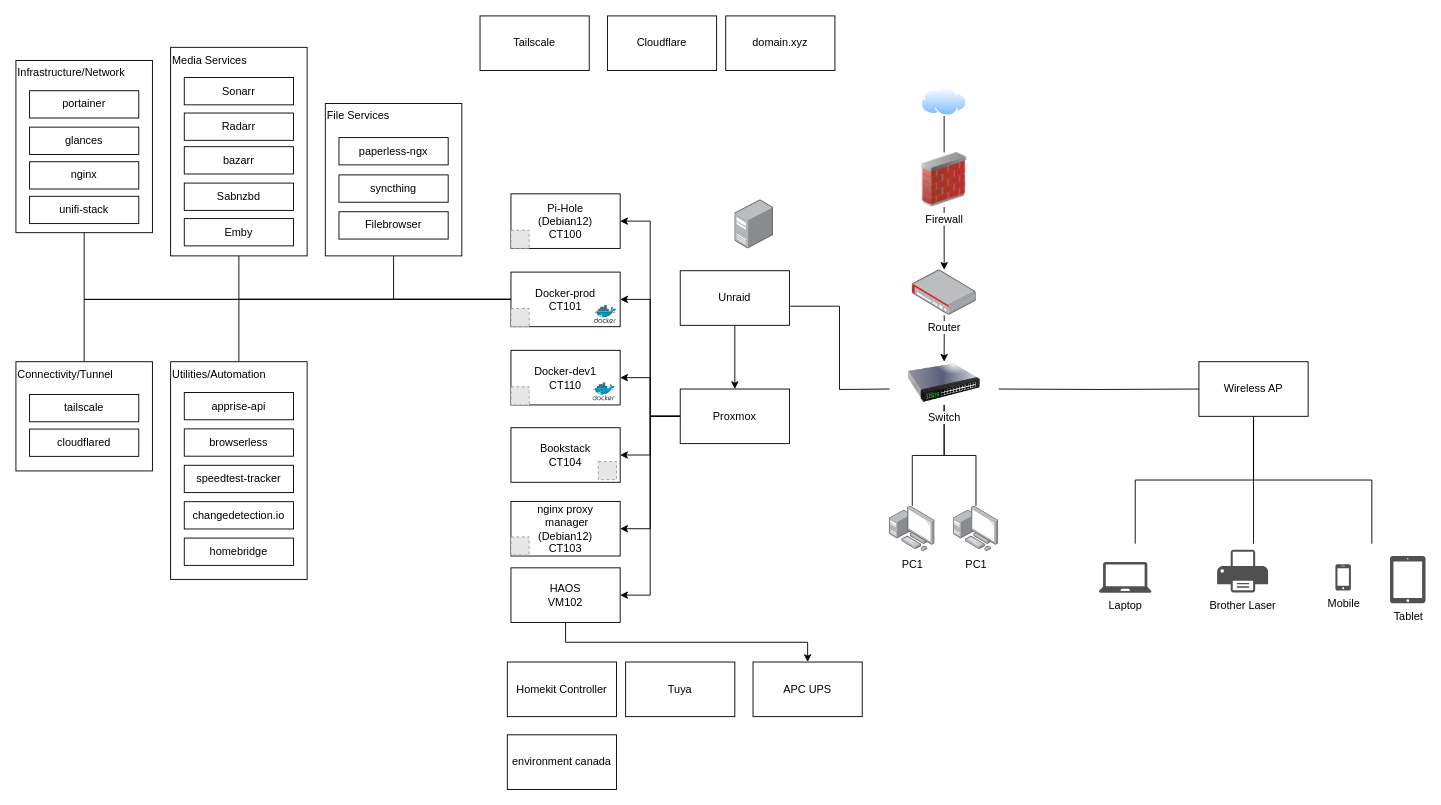
The draw.io diagram 92king_homelab.drawio in danieljai/homelab, before the edit. Source tidied: cells renumbered, new cells numbered last; positions are measured from the earlier drawing's top-left corner, leaving out a move shared by most shapes. Both pictures are drawn from the tidied source at 91%, with x=0, y=0 at pixel (15, 15). Pictures stored in the file or linked from it are replaced by grey dashed boxes.
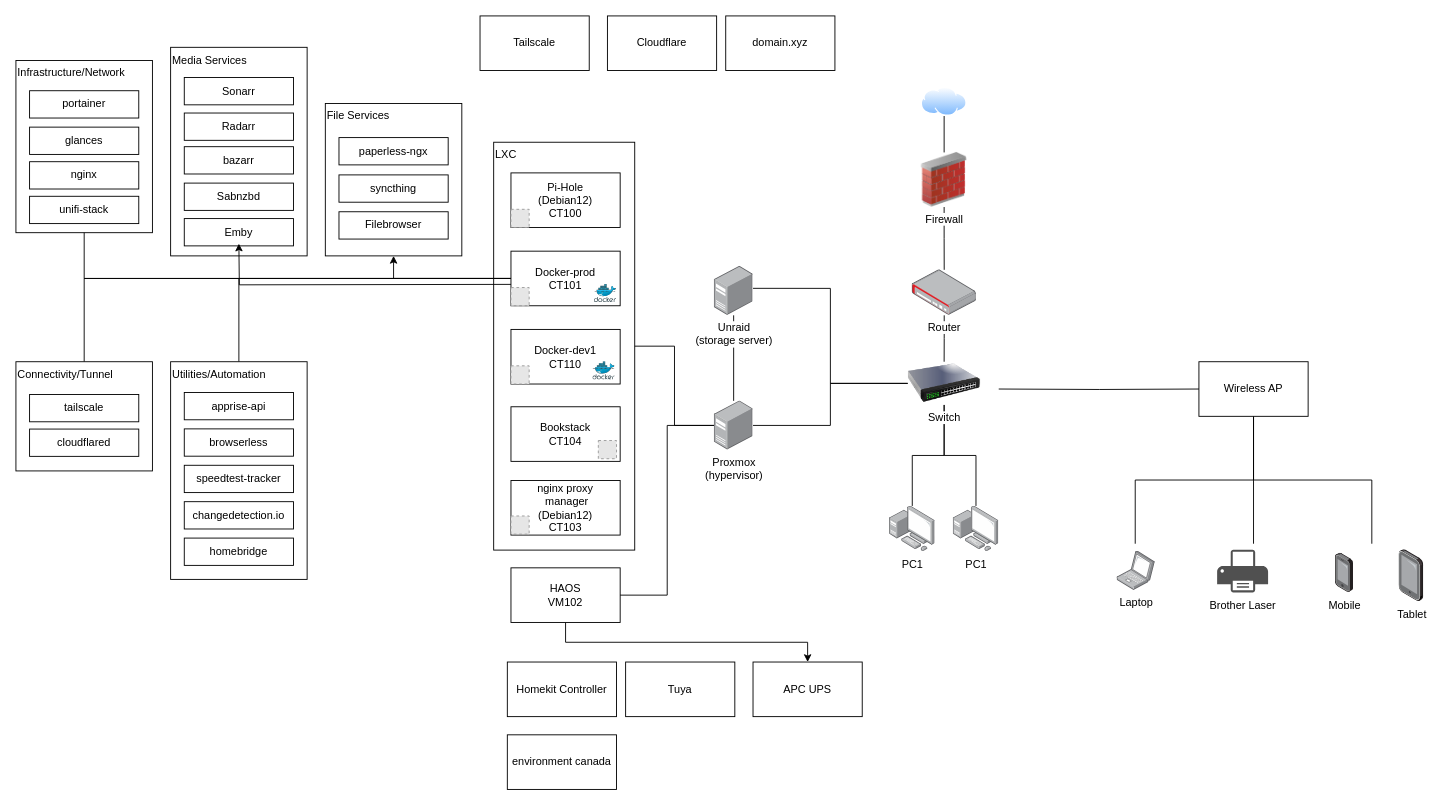
The same diagram, later.

Unchanged cells that the change refers to:
```xml
<mxCell id="22" value="HAOS&lt;div&gt;VM102&lt;/div&gt;" style="rounded=0;whiteSpace=wrap;html=1;" parent="1" vertex="1">
  <mxGeometry x="544" y="606.5" width="120" height="60" as="geometry" />
</mxCell>
<mxCell id="37" value="Firewall" style="image;html=1;image=img/lib/clip_art/networking/Firewall_02_128x128.png;" parent="1" vertex="1">
  <mxGeometry x="990" y="150" width="60" height="60" as="geometry" />
</mxCell>
<mxCell id="39" value="Router" style="image;points=[];html=1;align=center;shadow=0;dashed=0;image=img/lib/allied_telesis/security/Router_VPN.svg;" parent="1" vertex="1">
  <mxGeometry x="984.8" y="279" width="70.5" height="50" as="geometry" />
</mxCell>
<mxCell id="42" value="Switch" style="image;html=1;image=img/lib/clip_art/networking/Switch_128x128.png;" parent="1" vertex="1">
  <mxGeometry x="980" y="380" width="80" height="47.5" as="geometry" />
</mxCell>
<mxCell id="52" value="Media Services" style="rounded=0;whiteSpace=wrap;html=1;align=left;verticalAlign=top;" parent="51" vertex="1">
  <mxGeometry width="150" height="229.2" as="geometry" />
</mxCell>
<mxCell id="76" value="File Services" style="rounded=0;whiteSpace=wrap;html=1;align=left;verticalAlign=top;" parent="75" vertex="1">
  <mxGeometry width="150" height="167.5" as="geometry" />
</mxCell>
```

Diff of the diagram source:
```diff
@@
+    <mxCell id="88" value="LXC" style="rounded=0;whiteSpace=wrap;html=1;align=left;verticalAlign=top;" parent="1" vertex="1">
+      <mxGeometry x="525" y="138.8" width="155" height="448.2" as="geometry" />
+    </mxCell>
@@
-    <mxCell id="7" style="edgeStyle=orthogonalEdgeStyle;rounded=0;jettySize=auto;html=1;entryX=1;entryY=0.5;entryDx=0;entryDy=0;" parent="1" edge="1" source="13" target="24">
-      <mxGeometry relative="1" as="geometry" />
-    </mxCell>
-    <mxCell id="8" style="edgeStyle=orthogonalEdgeStyle;rounded=0;jettySize=auto;html=1;entryX=1;entryY=0.5;entryDx=0;entryDy=0;" parent="1" edge="1" source="13" target="20">
-      <mxGeometry relative="1" as="geometry" />
-    </mxCell>
-    <mxCell id="9" style="edgeStyle=orthogonalEdgeStyle;rounded=0;jettySize=auto;html=1;entryX=1;entryY=0.5;entryDx=0;entryDy=0;" parent="1" edge="1" source="13" target="16">
-      <mxGeometry relative="1" as="geometry" />
-    </mxCell>
-    <mxCell id="10" style="edgeStyle=orthogonalEdgeStyle;rounded=0;jettySize=auto;html=1;entryX=1;entryY=0.5;entryDx=0;entryDy=0;" parent="1" edge="1" source="13" target="23">
-      <mxGeometry relative="1" as="geometry" />
-    </mxCell>
-    <mxCell id="11" style="edgeStyle=orthogonalEdgeStyle;rounded=0;jettySize=auto;html=1;entryX=1;entryY=0.5;entryDx=0;entryDy=0;" parent="1" edge="1" source="13" target="22">
-      <mxGeometry relative="1" as="geometry" />
-    </mxCell>
-    <mxCell id="12" style="edgeStyle=orthogonalEdgeStyle;rounded=0;jettySize=auto;html=1;entryX=1;entryY=0.5;entryDx=0;entryDy=0;" parent="1" edge="1" source="13" target="25">
-      <mxGeometry relative="1" as="geometry" />
-    </mxCell>
-    <mxCell id="13" value="Proxmox" style="rounded=0;whiteSpace=wrap;html=1;" parent="1" vertex="1">
-      <mxGeometry x="730" y="410" width="120" height="60" as="geometry" />
-    </mxCell>
-    <mxCell id="14" style="edgeStyle=orthogonalEdgeStyle;rounded=0;jettySize=auto;html=1;exitX=0.5;exitY=1;exitDx=0;exitDy=0;" parent="1" edge="1" source="15" target="13">
-      <mxGeometry relative="1" as="geometry" />
-    </mxCell>
-    <mxCell id="15" value="Unraid" style="rounded=0;whiteSpace=wrap;html=1;" parent="1" vertex="1">
-      <mxGeometry x="730" y="280" width="120" height="60" as="geometry" />
-    </mxCell>
     <mxCell id="16" value="Docker-dev1&lt;div&gt;&lt;div&gt;CT110&lt;/div&gt;&lt;/div&gt;" style="rounded=0;whiteSpace=wrap;html=1;" parent="1" vertex="1">
-      <mxGeometry x="544" y="367.5" width="120" height="60" as="geometry" />
+      <mxGeometry x="544" y="344.5" width="120" height="60" as="geometry" />
     </mxCell>
-    <mxCell id="17" style="edgeStyle=orthogonalEdgeStyle;rounded=0;jettySize=auto;html=1;endArrow=none;startFill=0;" parent="1" edge="1" source="20" target="52">
-      <mxGeometry relative="1" as="geometry" />
-    </mxCell>
@@
+    <mxCell id="80" style="edgeStyle=orthogonalEdgeStyle;rounded=0;jettySize=auto;html=1;entryX=0.5;entryY=1;entryDx=0;entryDy=0;" parent="1" edge="1" source="20" target="76">
+      <mxGeometry relative="1" as="geometry" />
+    </mxCell>
     <mxCell id="20" value="Docker-prod&lt;div&gt;&lt;div&gt;CT101&lt;/div&gt;&lt;/div&gt;" style="rounded=0;whiteSpace=wrap;html=1;" parent="1" vertex="1">
-      <mxGeometry x="544" y="281.5" width="120" height="60" as="geometry" />
+      <mxGeometry x="544" y="258.5" width="120" height="60" as="geometry" />
     </mxCell>
@@
     <mxCell id="23" value="Bookstack&lt;div&gt;&lt;div&gt;CT104&lt;/div&gt;&lt;/div&gt;" style="rounded=0;whiteSpace=wrap;html=1;" parent="1" vertex="1">
-      <mxGeometry x="544" y="452.5" width="120" height="60" as="geometry" />
+      <mxGeometry x="544" y="429.5" width="120" height="60" as="geometry" />
     </mxCell>
     <mxCell id="24" value="Pi-Hole&lt;div&gt;(Debian12)&lt;br&gt;&lt;div&gt;CT100&lt;/div&gt;&lt;/div&gt;" style="rounded=0;whiteSpace=wrap;html=1;" parent="1" vertex="1">
-      <mxGeometry x="544" y="195.5" width="120" height="60" as="geometry" />
+      <mxGeometry x="544" y="172.5" width="120" height="60" as="geometry" />
     </mxCell>
     <mxCell id="25" value="nginx proxy&lt;br&gt;&amp;nbsp;manager&lt;div&gt;(Debian12)&lt;br&gt;&lt;div&gt;CT103&lt;/div&gt;&lt;/div&gt;" style="rounded=0;whiteSpace=wrap;html=1;" parent="1" vertex="1">
-      <mxGeometry x="544" y="533.5" width="120" height="60" as="geometry" />
+      <mxGeometry x="544" y="510.5" width="120" height="60" as="geometry" />
     </mxCell>
-    <mxCell id="26" style="edgeStyle=orthogonalEdgeStyle;rounded=0;jettySize=auto;html=1;entryX=1.008;entryY=0.65;entryDx=0;entryDy=0;entryPerimeter=0;endArrow=none;endFill=0;" parent="1" edge="1" target="15">
-      <mxGeometry relative="1" as="geometry">
-        <mxPoint x="960" y="410" as="sourcePoint" />
-      </mxGeometry>
-    </mxCell>
@@
-    <mxCell id="36" style="edgeStyle=orthogonalEdgeStyle;rounded=0;jettySize=auto;html=1;" parent="1" edge="1" source="37" target="39">
+    <mxCell id="36" style="edgeStyle=orthogonalEdgeStyle;rounded=0;jettySize=auto;html=1;endArrow=none;startFill=0;" parent="1" edge="1" source="37" target="39">
       <mxGeometry relative="1" as="geometry" />
     </mxCell>
@@
-    <mxCell id="38" style="edgeStyle=orthogonalEdgeStyle;rounded=0;jettySize=auto;html=1;" parent="1" edge="1" source="39" target="42">
+    <mxCell id="38" style="edgeStyle=orthogonalEdgeStyle;rounded=0;jettySize=auto;html=1;endArrow=none;startFill=0;" parent="1" edge="1" source="39" target="42">
       <mxGeometry relative="1" as="geometry" />
     </mxCell>
@@
+    <mxCell id="89" style="edgeStyle=orthogonalEdgeStyle;rounded=0;jettySize=auto;html=1;endArrow=none;startFill=0;" parent="1" edge="1" source="42" target="94">
+      <mxGeometry relative="1" as="geometry" />
+    </mxCell>
@@
+    <mxCell id="90" style="edgeStyle=orthogonalEdgeStyle;rounded=0;jettySize=auto;html=1;endArrow=none;startFill=0;" parent="1" edge="1" source="44" target="94">
+      <mxGeometry relative="1" as="geometry" />
+    </mxCell>
-    <mxCell id="44" style="image;points=[];html=1;align=center;shadow=0;dashed=0;image=img/lib/allied_telesis/computer_and_terminals/Server_Desktop.svg;" parent="1" vertex="1">
-      <mxGeometry x="790" y="202" width="42.6" height="54" as="geometry" />
+    <mxCell id="44" value="Unraid&lt;div&gt;(storage server)&lt;/div&gt;" style="image;points=[];html=1;align=center;shadow=0;dashed=0;image=img/lib/allied_telesis/computer_and_terminals/Server_Desktop.svg;" parent="1" vertex="1">
+      <mxGeometry x="767.4" y="275" width="42.6" height="54" as="geometry" />
     </mxCell>
-    <mxCell id="45" value="Tablet" style="sketch=0;shadow=0;dashed=0;html=1;strokeColor=none;fillColor=#505050;labelPosition=center;verticalLabelPosition=bottom;verticalAlign=top;align=center;shape=mxgraph.office.devices.tablet_ipad;" parent="1" vertex="1">
-      <mxGeometry x="1510" y="593.5" width="39" height="52" as="geometry" />
-    </mxCell>
-    <mxCell id="46" value="Mobile" style="sketch=0;shadow=0;dashed=0;html=1;strokeColor=none;fillColor=#505050;labelPosition=center;verticalLabelPosition=bottom;verticalAlign=top;align=center;shape=mxgraph.office.devices.cell_phone_iphone_proportional;" parent="1" vertex="1">
-      <mxGeometry x="1450" y="602.5" width="17" height="29" as="geometry" />
-    </mxCell>
-    <mxCell id="47" value="Laptop" style="sketch=0;shadow=0;dashed=0;html=1;strokeColor=none;fillColor=#505050;labelPosition=center;verticalLabelPosition=bottom;verticalAlign=top;align=center;shape=mxgraph.office.devices.laptop;" parent="1" vertex="1">
-      <mxGeometry x="1190" y="600" width="58" height="34" as="geometry" />
-    </mxCell>
@@
     <mxCell id="49" style="image;sketch=0;html=1;align=center;fontSize=12;image=img/lib/mscae/Docker.svg;" parent="1" vertex="1">
-      <mxGeometry x="635.6" y="318" width="24.4" height="20" as="geometry" />
+      <mxGeometry x="635.6" y="295" width="24.4" height="20" as="geometry" />
     </mxCell>
@@
-    <mxCell id="80" style="edgeStyle=orthogonalEdgeStyle;rounded=0;jettySize=auto;html=1;endArrow=none;startFill=0;" parent="1" edge="1" source="20" target="76">
-      <mxGeometry relative="1" as="geometry" />
-    </mxCell>
@@
     <mxCell id="82" style="image;sketch=0;html=1;align=center;fontSize=12;image=img/lib/mscae/Docker.svg;" parent="1" vertex="1">
-      <mxGeometry x="634" y="403" width="24.4" height="20" as="geometry" />
+      <mxGeometry x="634" y="380" width="24.4" height="20" as="geometry" />
     </mxCell>
     <mxCell id="83" style="fillColor=#E6E6E6;strokeColor=#999999;dashed=1;html=1;verticalAlign=top;verticalLabelPosition=bottom;labelBackgroundColor=#ffffff;" parent="1" vertex="1">
-      <mxGeometry x="640" y="489.6" width="20" height="20" as="geometry" />
+      <mxGeometry x="640" y="466.6" width="20" height="20" as="geometry" />
     </mxCell>
     <mxCell id="84" style="fillColor=#E6E6E6;strokeColor=#999999;dashed=1;html=1;verticalAlign=top;verticalLabelPosition=bottom;labelBackgroundColor=#ffffff;" parent="1" vertex="1">
-      <mxGeometry x="544" y="572.5" width="20" height="20" as="geometry" />
+      <mxGeometry x="544" y="549.5" width="20" height="20" as="geometry" />
     </mxCell>
     <mxCell id="85" style="fillColor=#E6E6E6;strokeColor=#999999;dashed=1;html=1;verticalAlign=top;verticalLabelPosition=bottom;labelBackgroundColor=#ffffff;" parent="1" vertex="1">
-      <mxGeometry x="544" y="407.5" width="20" height="20" as="geometry" />
+      <mxGeometry x="544" y="384.5" width="20" height="20" as="geometry" />
     </mxCell>
+    <mxCell id="91" style="edgeStyle=orthogonalEdgeStyle;rounded=0;orthogonalLoop=1;jettySize=auto;html=1;entryX=0.5;entryY=1;entryDx=0;entryDy=0;" parent="1" edge="1">
+      <mxGeometry relative="1" as="geometry">
+        <mxPoint x="544" y="295" as="sourcePoint" />
+        <mxPoint x="245" y="250.2" as="targetPoint" />
+      </mxGeometry>
+    </mxCell>
     <mxCell id="86" style="fillColor=#E6E6E6;strokeColor=#999999;dashed=1;html=1;verticalAlign=top;verticalLabelPosition=bottom;labelBackgroundColor=#ffffff;" parent="1" vertex="1">
-      <mxGeometry x="544" y="321.5" width="20" height="20" as="geometry" />
+      <mxGeometry x="544" y="298.5" width="20" height="20" as="geometry" />
     </mxCell>
     <mxCell id="87" style="fillColor=#E6E6E6;strokeColor=#999999;dashed=1;html=1;verticalAlign=top;verticalLabelPosition=bottom;labelBackgroundColor=#ffffff;" parent="1" vertex="1">
-      <mxGeometry x="544" y="235.5" width="20" height="20" as="geometry" />
+      <mxGeometry x="544" y="212.5" width="20" height="20" as="geometry" />
     </mxCell>
+    <mxCell id="47" value="Laptop" style="image;html=1;align=center;shadow=0;dashed=0;image=img/lib/allied_telesis/computer_and_terminals/Laptop.svg;" parent="1" vertex="1">
+      <mxGeometry x="1210" y="588.5" width="42" height="42.6" as="geometry" />
+    </mxCell>
+    <mxCell id="46" value="Mobile" style="image;html=1;align=center;shadow=0;dashed=0;image=img/lib/allied_telesis/computer_and_terminals/Smartphone.svg;" parent="1" vertex="1">
+      <mxGeometry x="1450" y="590.3" width="19.8" height="43.2" as="geometry" />
+    </mxCell>
+    <mxCell id="45" value="Tablet" style="image;html=1;align=center;shadow=0;dashed=0;image=img/lib/allied_telesis/computer_and_terminals/Tablet.svg;" parent="1" vertex="1">
+      <mxGeometry x="1520" y="586.5" width="27" height="57" as="geometry" />
+    </mxCell>
+    <mxCell id="92" style="edgeStyle=orthogonalEdgeStyle;rounded=0;jettySize=auto;html=1;entryX=1;entryY=0.5;entryDx=0;entryDy=0;endArrow=none;startFill=0;" parent="1" edge="1" source="94" target="88">
+      <mxGeometry relative="1" as="geometry" />
+    </mxCell>
+    <mxCell id="93" style="edgeStyle=orthogonalEdgeStyle;rounded=0;jettySize=auto;html=1;entryX=1;entryY=0.5;entryDx=0;entryDy=0;endArrow=none;startFill=0;" parent="1" edge="1" source="94" target="22">
+      <mxGeometry relative="1" as="geometry" />
+    </mxCell>
+    <mxCell id="94" value="Proxmox&lt;div&gt;(hypervisor)&lt;/div&gt;" style="image;points=[];html=1;align=center;shadow=0;dashed=0;image=img/lib/allied_telesis/computer_and_terminals/Server_Desktop.svg;" parent="1" vertex="1">
+      <mxGeometry x="767.4" y="423" width="42.6" height="54" as="geometry" />
+    </mxCell>
+    <mxCell id="95" style="edgeStyle=orthogonalEdgeStyle;rounded=0;jettySize=auto;html=1;entryX=1;entryY=0.451;entryDx=0;entryDy=0;entryPerimeter=0;endArrow=none;startFill=0;" parent="1" edge="1" source="42" target="44">
+      <mxGeometry relative="1" as="geometry" />
+    </mxCell>
```
